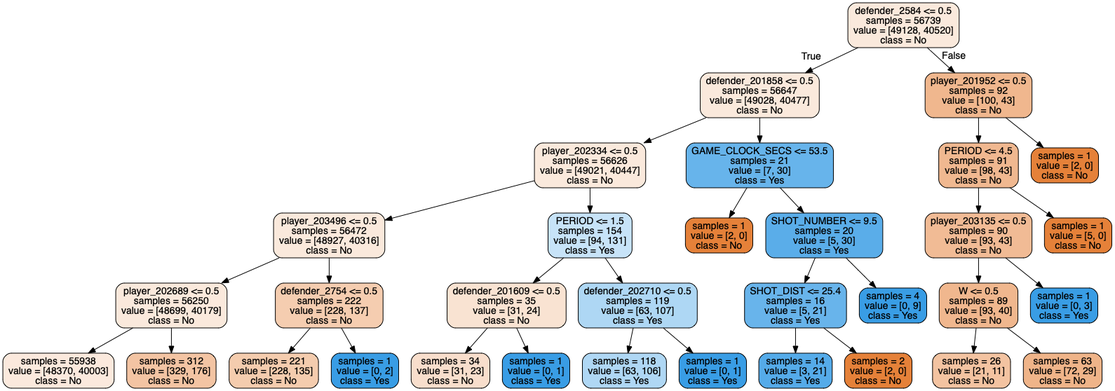
Before: forest_tree7.png, a diagram exported from Graphviz (tianyi5309/303project). Its source is kept beside it as forest_tree7.dot.
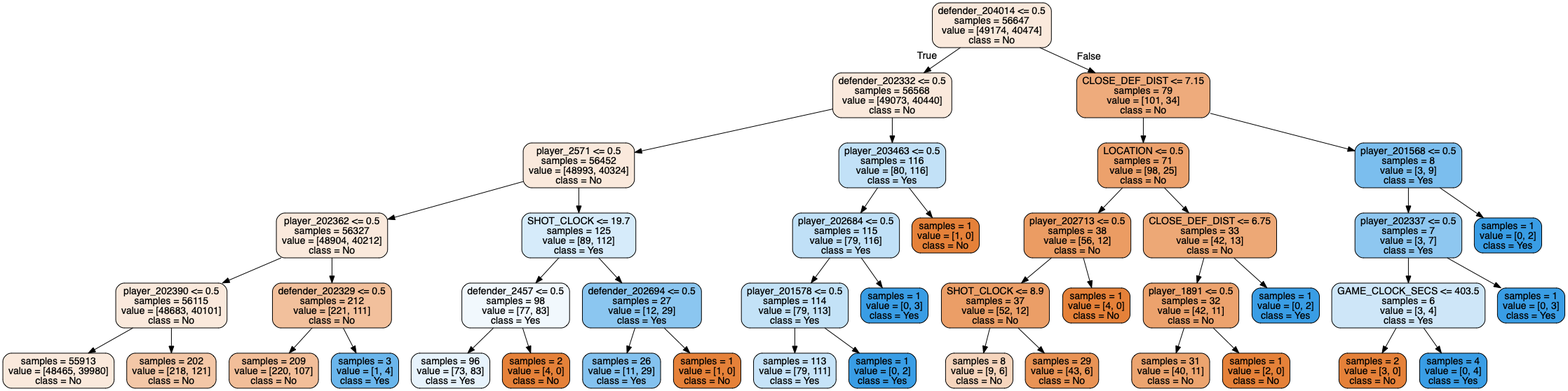
After the change.

What changed in the source:
```diff
@@ -1,69 +1,89 @@
 digraph Tree {
 node [shape=box, style="filled, rounded", color="black", fontname=helvetica] ;
 edge [fontname=helvetica] ;
-0 [label="defender_2584 <= 0.5\nsamples = 56739\nvalue = [49128, 40520]\nclass = No", fillcolor="#fae9dc"] ;
-1 [label="defender_201858 <= 0.5\nsamples = 56647\nvalue = [49028, 40477]\nclass = No", fillcolor="#fae9dc"] ;
+0 [label="defender_204014 <= 0.5\nsamples = 56647\nvalue = [49174, 40474]\nclass = No", fillcolor="#fae9dc"] ;
+1 [label="defender_202332 <= 0.5\nsamples = 56568\nvalue = [49073, 40440]\nclass = No", fillcolor="#fae9dc"] ;
 0 -> 1 [labeldistance=2.5, labelangle=45, headlabel="True"] ;
-2 [label="player_202334 <= 0.5\nsamples = 56626\nvalue = [49021, 40447]\nclass = No", fillcolor="#fae9dc"] ;
+2 [label="player_2571 <= 0.5\nsamples = 56452\nvalue = [48993, 40324]\nclass = No", fillcolor="#fae9dc"] ;
 1 -> 2 ;
-3 [label="player_203496 <= 0.5\nsamples = 56472\nvalue = [48927, 40316]\nclass = No", fillcolor="#fae9dc"] ;
+3 [label="player_202362 <= 0.5\nsamples = 56327\nvalue = [48904, 40212]\nclass = No", fillcolor="#fae9dc"] ;
 2 -> 3 ;
-4 [label="player_202689 <= 0.5\nsamples = 56250\nvalue = [48699, 40179]\nclass = No", fillcolor="#fae9dc"] ;
+4 [label="player_202390 <= 0.5\nsamples = 56115\nvalue = [48683, 40101]\nclass = No", fillcolor="#fae9dc"] ;
 3 -> 4 ;
-5 [label="samples = 55938\nvalue = [48370, 40003]\nclass = No", fillcolor="#fbe9dd"] ;
+5 [label="samples = 55913\nvalue = [48465, 39980]\nclass = No", fillcolor="#fae9dc"] ;
 4 -> 5 ;
-6 [label="samples = 312\nvalue = [329, 176]\nclass = No", fillcolor="#f3c4a3"] ;
+6 [label="samples = 202\nvalue = [218, 121]\nclass = No", fillcolor="#f3c7a7"] ;
 4 -> 6 ;
-7 [label="defender_2754 <= 0.5\nsamples = 222\nvalue = [228, 137]\nclass = No", fillcolor="#f5cdb0"] ;
+7 [label="defender_202329 <= 0.5\nsamples = 212\nvalue = [221, 111]\nclass = No", fillcolor="#f2c09c"] ;
 3 -> 7 ;
-8 [label="samples = 221\nvalue = [228, 135]\nclass = No", fillcolor="#f4ccae"] ;
+8 [label="samples = 209\nvalue = [220, 107]\nclass = No", fillcolor="#f2be99"] ;
 7 -> 8 ;
-9 [label="samples = 1\nvalue = [0, 2]\nclass = Yes", fillcolor="#399de5"] ;
+9 [label="samples = 3\nvalue = [1, 4]\nclass = Yes", fillcolor="#6ab6ec"] ;
 7 -> 9 ;
-10 [label="PERIOD <= 1.5\nsamples = 154\nvalue = [94, 131]\nclass = Yes", fillcolor="#c7e3f8"] ;
+10 [label="SHOT_CLOCK <= 19.7\nsamples = 125\nvalue = [89, 112]\nclass = Yes", fillcolor="#d6ebfa"] ;
 2 -> 10 ;
-11 [label="defender_201609 <= 0.5\nsamples = 35\nvalue = [31, 24]\nclass = No", fillcolor="#f9e3d2"] ;
+11 [label="defender_2457 <= 0.5\nsamples = 98\nvalue = [77, 83]\nclass = Yes", fillcolor="#f1f8fd"] ;
 10 -> 11 ;
-12 [label="samples = 34\nvalue = [31, 23]\nclass = No", fillcolor="#f8decc"] ;
+12 [label="samples = 96\nvalue = [73, 83]\nclass = Yes", fillcolor="#e7f3fc"] ;
 11 -> 12 ;
-13 [label="samples = 1\nvalue = [0, 1]\nclass = Yes", fillcolor="#399de5"] ;
+13 [label="samples = 2\nvalue = [4, 0]\nclass = No", fillcolor="#e58139"] ;
 11 -> 13 ;
-14 [label="defender_202710 <= 0.5\nsamples = 119\nvalue = [63, 107]\nclass = Yes", fillcolor="#aed7f4"] ;
+14 [label="defender_202694 <= 0.5\nsamples = 27\nvalue = [12, 29]\nclass = Yes", fillcolor="#8bc6f0"] ;
 10 -> 14 ;
-15 [label="samples = 118\nvalue = [63, 106]\nclass = Yes", fillcolor="#afd7f4"] ;
+15 [label="samples = 26\nvalue = [11, 29]\nclass = Yes", fillcolor="#84c2ef"] ;
 14 -> 15 ;
-16 [label="samples = 1\nvalue = [0, 1]\nclass = Yes", fillcolor="#399de5"] ;
+16 [label="samples = 1\nvalue = [1, 0]\nclass = No", fillcolor="#e58139"] ;
 14 -> 16 ;
-17 [label="GAME_CLOCK_SECS <= 53.5\nsamples = 21\nvalue = [7, 30]\nclass = Yes", fillcolor="#67b4eb"] ;
+17 [label="player_203463 <= 0.5\nsamples = 116\nvalue = [80, 116]\nclass = Yes", fillcolor="#c2e1f7"] ;
 1 -> 17 ;
-18 [label="samples = 1\nvalue = [2, 0]\nclass = No", fillcolor="#e58139"] ;
+18 [label="player_202684 <= 0.5\nsamples = 115\nvalue = [79, 116]\nclass = Yes", fillcolor="#c0e0f7"] ;
 17 -> 18 ;
-19 [label="SHOT_NUMBER <= 9.5\nsamples = 20\nvalue = [5, 30]\nclass = Yes", fillcolor="#5aade9"] ;
-17 -> 19 ;
-20 [label="SHOT_DIST <= 25.4\nsamples = 16\nvalue = [5, 21]\nclass = Yes", fillcolor="#68b4eb"] ;
+19 [label="player_201578 <= 0.5\nsamples = 114\nvalue = [79, 113]\nclass = Yes", fillcolor="#c3e2f7"] ;
+18 -> 19 ;
+20 [label="samples = 113\nvalue = [79, 111]\nclass = Yes", fillcolor="#c6e3f8"] ;
 19 -> 20 ;
-21 [label="samples = 14\nvalue = [3, 21]\nclass = Yes", fillcolor="#55abe9"] ;
-20 -> 21 ;
-22 [label="samples = 2\nvalue = [2, 0]\nclass = No", fillcolor="#e58139"] ;
-20 -> 22 ;
-23 [label="samples = 4\nvalue = [0, 9]\nclass = Yes", fillcolor="#399de5"] ;
-19 -> 23 ;
-24 [label="player_201952 <= 0.5\nsamples = 92\nvalue = [100, 43]\nclass = No", fillcolor="#f0b78e"] ;
+21 [label="samples = 1\nvalue = [0, 2]\nclass = Yes", fillcolor="#399de5"] ;
+19 -> 21 ;
+22 [label="samples = 1\nvalue = [0, 3]\nclass = Yes", fillcolor="#399de5"] ;
+18 -> 22 ;
+23 [label="samples = 1\nvalue = [1, 0]\nclass = No", fillcolor="#e58139"] ;
+17 -> 23 ;
+24 [label="CLOSE_DEF_DIST <= 7.15\nsamples = 79\nvalue = [101, 34]\nclass = No", fillcolor="#eeab7c"] ;
 0 -> 24 [labeldistance=2.5, labelangle=-45, headlabel="False"] ;
-25 [label="PERIOD <= 4.5\nsamples = 91\nvalue = [98, 43]\nclass = No", fillcolor="#f0b890"] ;
+25 [label="LOCATION <= 0.5\nsamples = 71\nvalue = [98, 25]\nclass = No", fillcolor="#eca16c"] ;
 24 -> 25 ;
-26 [label="player_203135 <= 0.5\nsamples = 90\nvalue = [93, 43]\nclass = No", fillcolor="#f1bb95"] ;
+26 [label="player_202713 <= 0.5\nsamples = 38\nvalue = [56, 12]\nclass = No", fillcolor="#eb9c63"] ;
 25 -> 26 ;
-27 [label="W <= 0.5\nsamples = 89\nvalue = [93, 40]\nclass = No", fillcolor="#f0b78e"] ;
+27 [label="SHOT_CLOCK <= 8.9\nsamples = 37\nvalue = [52, 12]\nclass = No", fillcolor="#eb9e67"] ;
 26 -> 27 ;
-28 [label="samples = 26\nvalue = [21, 11]\nclass = No", fillcolor="#f3c3a1"] ;
+28 [label="samples = 8\nvalue = [9, 6]\nclass = No", fillcolor="#f6d5bd"] ;
 27 -> 28 ;
-29 [label="samples = 63\nvalue = [72, 29]\nclass = No", fillcolor="#efb489"] ;
+29 [label="samples = 29\nvalue = [43, 6]\nclass = No", fillcolor="#e99355"] ;
 27 -> 29 ;
-30 [label="samples = 1\nvalue = [0, 3]\nclass = Yes", fillcolor="#399de5"] ;
+30 [label="samples = 1\nvalue = [4, 0]\nclass = No", fillcolor="#e58139"] ;
 26 -> 30 ;
-31 [label="samples = 1\nvalue = [5, 0]\nclass = No", fillcolor="#e58139"] ;
+31 [label="CLOSE_DEF_DIST <= 6.75\nsamples = 33\nvalue = [42, 13]\nclass = No", fillcolor="#eda876"] ;
 25 -> 31 ;
-32 [label="samples = 1\nvalue = [2, 0]\nclass = No", fillcolor="#e58139"] ;
-24 -> 32 ;
+32 [label="player_1891 <= 0.5\nsamples = 32\nvalue = [42, 11]\nclass = No", fillcolor="#eca26d"] ;
+31 -> 32 ;
+33 [label="samples = 31\nvalue = [40, 11]\nclass = No", fillcolor="#eca46f"] ;
+32 -> 33 ;
+34 [label="samples = 1\nvalue = [2, 0]\nclass = No", fillcolor="#e58139"] ;
+32 -> 34 ;
+35 [label="samples = 1\nvalue = [0, 2]\nclass = Yes", fillcolor="#399de5"] ;
+31 -> 35 ;
+36 [label="player_201568 <= 0.5\nsamples = 8\nvalue = [3, 9]\nclass = Yes", fillcolor="#7bbeee"] ;
+24 -> 36 ;
+37 [label="player_202337 <= 0.5\nsamples = 7\nvalue = [3, 7]\nclass = Yes", fillcolor="#8ec7f0"] ;
+36 -> 37 ;
+38 [label="GAME_CLOCK_SECS <= 403.5\nsamples = 6\nvalue = [3, 4]\nclass = Yes", fillcolor="#cee6f8"] ;
+37 -> 38 ;
+39 [label="samples = 2\nvalue = [3, 0]\nclass = No", fillcolor="#e58139"] ;
+38 -> 39 ;
+40 [label="samples = 4\nvalue = [0, 4]\nclass = Yes", fillcolor="#399de5"] ;
+38 -> 40 ;
+41 [label="samples = 1\nvalue = [0, 3]\nclass = Yes", fillcolor="#399de5"] ;
+37 -> 41 ;
+42 [label="samples = 1\nvalue = [0, 2]\nclass = Yes", fillcolor="#399de5"] ;
+36 -> 42 ;
 }
```
